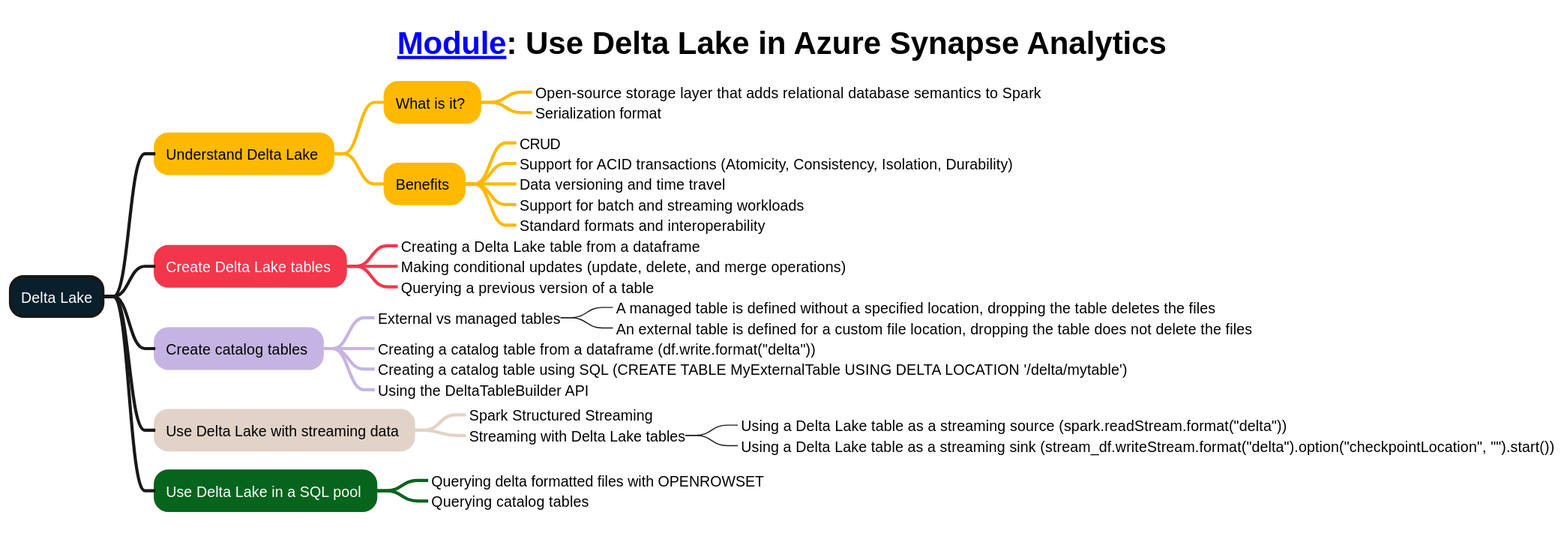
weslbo/dp-203 keeps this PlantUML diagram as mindmaps/09-Use Delta Lake in Azure Synapse Analytics.svg. Above is the earlier version. The source it was exported from:
```plantuml
@startmindmap
<style>
title {
        FontSize 30
        FontColor #000000
    }
mindmapDiagram {
    :depth(0) {
        BackgroundColor #091f2c
        FontColor #ffffff
        LineThickness 3.0
    }
    .topic1 {
        BackgroundColor #ffb900
        LineColor #ffb900
        LineThickness 3.0
        FontColor #000000
    }
    .topic2 {
        BackgroundColor #f4364c
        LineColor #f4364c
        LineThickness 3.0
        FontColor #ffffff
    }
    .topic3 {
        BackgroundColor #c5b4e3
        LineColor #c5b4e3
        LineThickness 3.0
        FontColor #000000
    }
    .topic4 {
        BackgroundColor #e1d3c7
        LineColor #e1d3c7
        LineThickness 3.0
        FontColor #000000
    }
    .topic5 {
        BackgroundColor #07641d
        LineColor #07641d
        LineThickness 3.0
        FontColor #ffffff
    }
}
</style>
title [[https://learn.microsoft.com/training/modules/use-delta-lake-azure-synapse-analytics/ Module]]: Use Delta Lake in Azure Synapse Analytics
+ Delta Lake
++ Understand Delta Lake <<topic1>>
+++ What is it? <<topic1>>
++++_ Open-source storage layer that adds relational database semantics to Spark
++++_ Serialization format
+++ Benefits <<topic1>>
++++_ CRUD
++++_ Support for ACID transactions (Atomicity, Consistency, Isolation, Durability)
++++_ Data versioning and time travel
++++_ Support for batch and streaming workloads
++++_ Standard formats and interoperability
++ Create Delta Lake tables <<topic2>>
+++_ Creating a Delta Lake table from a dataframe
+++_ Making conditional updates (update, delete, and merge operations)
+++_ Querying a previous version of a table
++ Create catalog tables <<topic3>>
+++_ External vs managed tables
++++_ A managed table is defined without a specified location, dropping the table deletes the files
++++_ An external table is defined for a custom file location, dropping the table does not delete the files
+++_ Creating a catalog table from a dataframe (df.write.format("delta"))
+++_ Creating a catalog table using SQL (CREATE TABLE MyExternalTable USING DELTA LOCATION '/delta/mytable')
+++_ Using the DeltaTableBuilder API
++ Use Delta Lake with streaming data <<topic4>>
+++_ Spark Structured Streaming
+++_ Streaming with Delta Lake tables
++++_ Using a Delta Lake table as a streaming source (spark.readStream.format("delta"))
++++_ Using a Delta Lake table as a streaming sink (stream_df.writeStream.format("delta").option("checkpointLocation", "").start())
++ Use Delta Lake in a SQL pool <<topic5>>
+++_ Querying delta formatted files with OPENROWSET
+++_ Querying catalog tables
@endmindmap
```
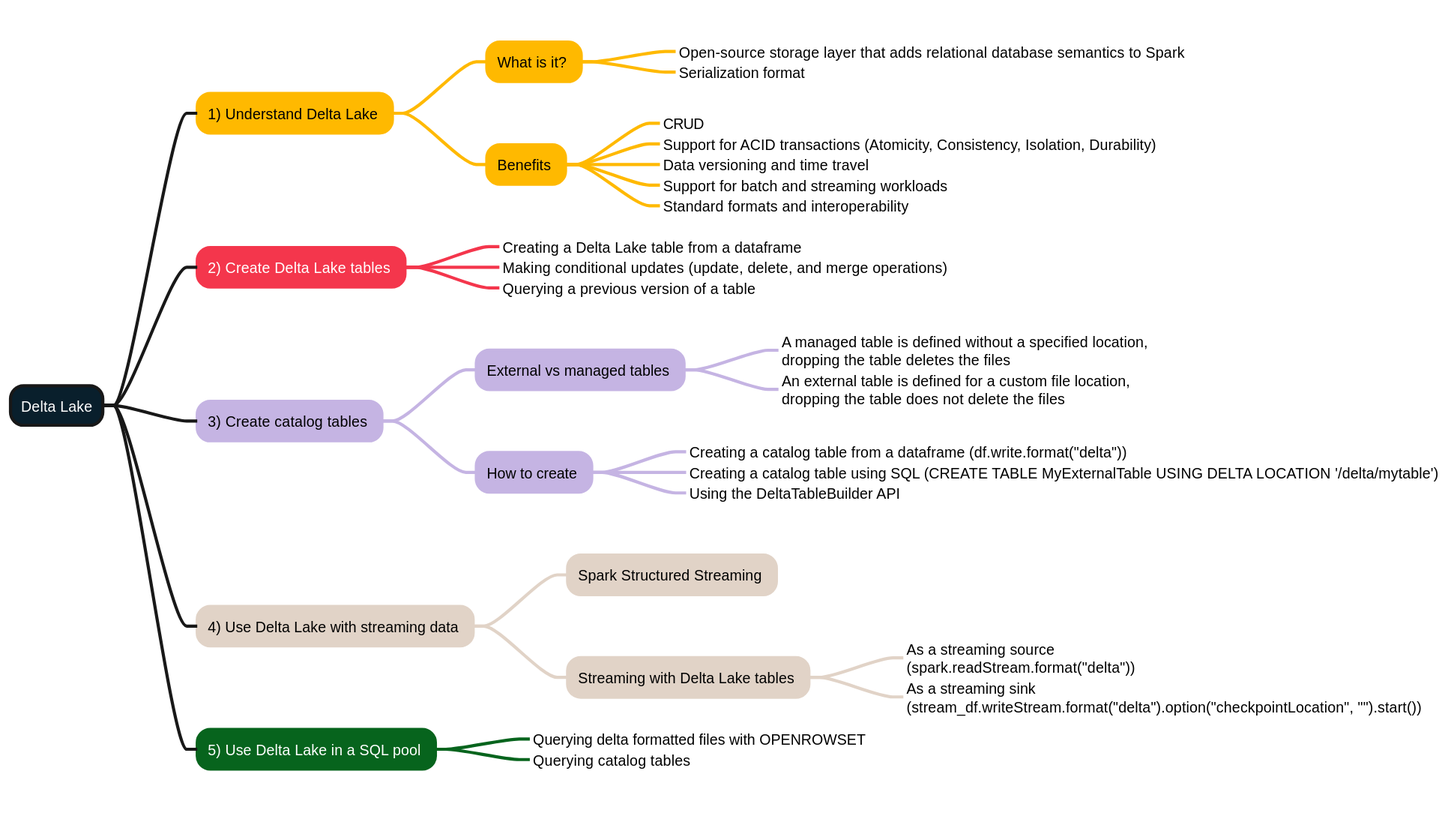
Later version of the same file.

The edit, as a diff of the source:
```diff
@@ -1,50 +1,46 @@
 @startmindmap
 <style>
-title {
-        FontSize 30
-        FontColor #000000
-    }
-mindmapDiagram {
-    :depth(0) {
-        BackgroundColor #091f2c
-        FontColor #ffffff
-        LineThickness 3.0
-    }
-    .topic1 {
-        BackgroundColor #ffb900
-        LineColor #ffb900
-        LineThickness 3.0
-        FontColor #000000
-    }
-    .topic2 {
-        BackgroundColor #f4364c
-        LineColor #f4364c
-        LineThickness 3.0
-        FontColor #ffffff
-    }
-    .topic3 {
-        BackgroundColor #c5b4e3
-        LineColor #c5b4e3
-        LineThickness 3.0
-        FontColor #000000
-    }
-    .topic4 {
-        BackgroundColor #e1d3c7
-        LineColor #e1d3c7
-        LineThickness 3.0
-        FontColor #000000
-    }
-    .topic5 {
-        BackgroundColor #07641d
-        LineColor #07641d
-        LineThickness 3.0
-        FontColor #ffffff
-    }
+node {
+    Margin 30
+}
+:depth(0) {
+    BackgroundColor #091f2c
+    FontColor #ffffff
+    LineThickness 3.0
+}
+.topic1 {
+    BackgroundColor #ffb900
+    LineColor #ffb900
+    LineThickness 3.0
+    FontColor #000000
+}
+.topic2 {
+    BackgroundColor #f4364c
+    LineColor #f4364c
+    LineThickness 3.0
+    FontColor #ffffff
+}
+.topic3 {
+    BackgroundColor #c5b4e3
+    LineColor #c5b4e3
+    LineThickness 3.0
+    FontColor #000000
+}
+.topic4 {
+    BackgroundColor #e1d3c7
+    LineColor #e1d3c7
+    LineThickness 3.0
+    FontColor #000000
+}
+.topic5 {
+    BackgroundColor #07641d
+    LineColor #07641d
+    LineThickness 3.0
+    FontColor #ffffff
 }
 </style>
-title [[https://learn.microsoft.com/training/modules/use-delta-lake-azure-synapse-analytics/ Module]]: Use Delta Lake in Azure Synapse Analytics
 + Delta Lake
-++ Understand Delta Lake <<topic1>>
+++ 1) Understand Delta Lake <<topic1>>
 +++ What is it? <<topic1>>
 ++++_ Open-source storage layer that adds relational database semantics to Spark
 ++++_ Serialization format
@@ -54,23 +50,24 @@
 ++++_ Data versioning and time travel
 ++++_ Support for batch and streaming workloads
 ++++_ Standard formats and interoperability
-++ Create Delta Lake tables <<topic2>>
+++ 2) Create Delta Lake tables <<topic2>>
 +++_ Creating a Delta Lake table from a dataframe
 +++_ Making conditional updates (update, delete, and merge operations)
 +++_ Querying a previous version of a table
-++ Create catalog tables <<topic3>>
-+++_ External vs managed tables
-++++_ A managed table is defined without a specified location, dropping the table deletes the files
-++++_ An external table is defined for a custom file location, dropping the table does not delete the files
-+++_ Creating a catalog table from a dataframe (df.write.format("delta"))
-+++_ Creating a catalog table using SQL (CREATE TABLE MyExternalTable USING DELTA LOCATION '/delta/mytable')
-+++_ Using the DeltaTableBuilder API
-++ Use Delta Lake with streaming data <<topic4>>
-+++_ Spark Structured Streaming
-+++_ Streaming with Delta Lake tables
-++++_ Using a Delta Lake table as a streaming source (spark.readStream.format("delta"))
-++++_ Using a Delta Lake table as a streaming sink (stream_df.writeStream.format("delta").option("checkpointLocation", "").start())
-++ Use Delta Lake in a SQL pool <<topic5>>
+++ 3) Create catalog tables <<topic3>>
++++ External vs managed tables <<topic3>>
+++++_ A managed table is defined without a specified location, \ndropping the table deletes the files
+++++_ An external table is defined for a custom file location, \ndropping the table does not delete the files
++++ How to create <<topic3>>
+++++_ Creating a catalog table from a dataframe (df.write.format("delta"))
+++++_ Creating a catalog table using SQL (CREATE TABLE MyExternalTable USING DELTA LOCATION '/delta/mytable')
+++++_ Using the DeltaTableBuilder API
+++ 4) Use Delta Lake with streaming data <<topic4>>
++++ Spark Structured Streaming <<topic4>>
++++ Streaming with Delta Lake tables <<topic4>>
+++++_ As a streaming source \n(spark.readStream.format("delta"))
+++++_ As a streaming sink \n(stream_df.writeStream.format("delta").option("checkpointLocation", "").start())
+++ 5) Use Delta Lake in a SQL pool <<topic5>>
 +++_ Querying delta formatted files with OPENROWSET
 +++_ Querying catalog tables
 @endmindmap
```
